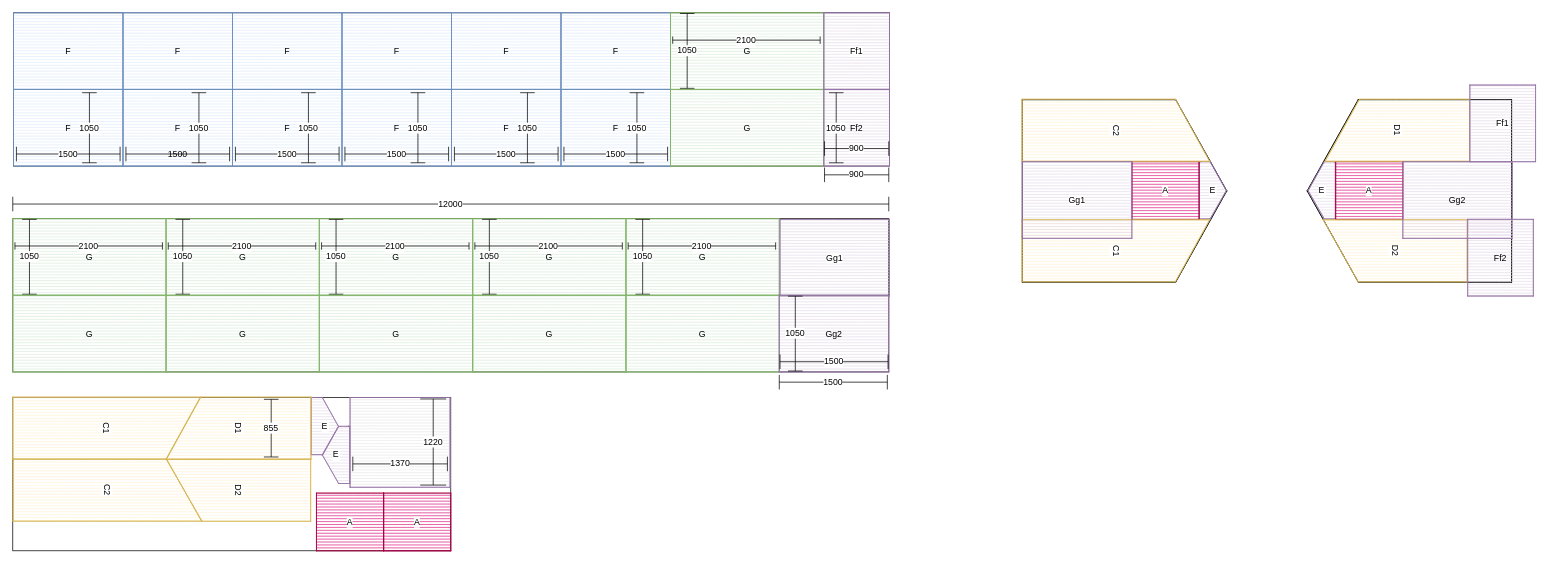
Before: page "Раскрой листов" (1 of 2) of Delta.drawio in wl2776/delta, a draw.io diagram. Source tidied: cells renumbered, new cells numbered last; positions are measured from the earlier drawing's top-left corner, leaving out a move shared by most shapes. Both pictures are drawn from the tidied source at 73%, with x=0, y=0 at pixel (12, 12).
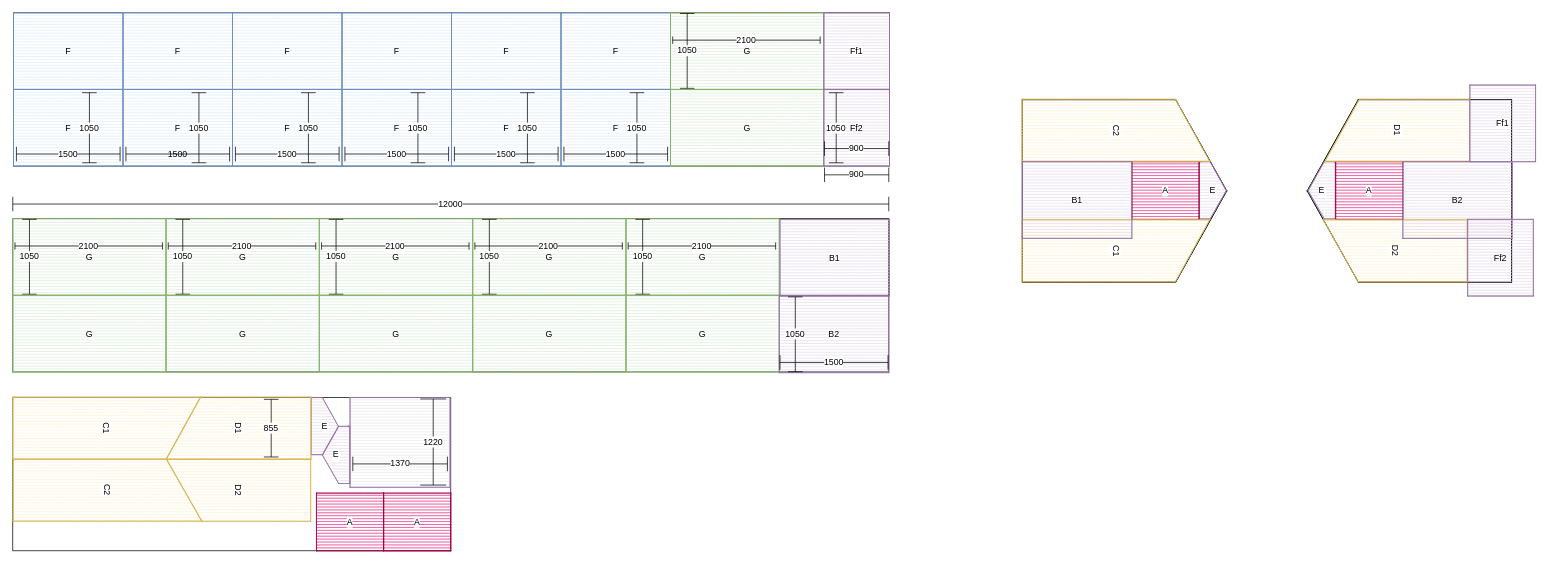
The same page after the edit.

Unchanged cells that the change refers to:
```xml
<mxCell id="98" style="group;labelBackgroundColor=default;" parent="1" vertex="1">
  <mxGeometry x="1904.2" y="204" width="150" height="105" as="geometry" />
</mxCell>
```

The edit, as a diff of the source:
```diff
@@
-    <mxCell id="6" value="1500" style="shape=crossbar;whiteSpace=wrap;html=1;rounded=1;labelBackgroundColor=default;" parent="1" vertex="1">
-      <mxGeometry x="1050" y="496" width="148" height="20" as="geometry" />
-    </mxCell>
@@
-    <mxCell id="63" value="Gg1" style="rounded=0;whiteSpace=wrap;html=1;sketch=1;hachureGap=-1;hachureAngle=90;jiggle=0;fillStyle=hachure;curveFitting=0.95;fillColor=#e1d5e7;strokeColor=#9673a6;labelBackgroundColor=default;" parent="1" vertex="1">
+    <mxCell id="63" value="B1" style="rounded=0;whiteSpace=wrap;html=1;sketch=1;hachureGap=-1;hachureAngle=90;jiggle=0;fillStyle=hachure;curveFitting=0.95;fillColor=#e1d5e7;strokeColor=#9673a6;labelBackgroundColor=default;" parent="1" vertex="1">
       <mxGeometry x="1051" y="283" width="150" height="105" as="geometry" />
     </mxCell>
@@
-    <mxCell id="69" style="group;labelBackgroundColor=default;" parent="1" vertex="1">
-      <mxGeometry x="1050" y="387" width="150" height="105" as="geometry" />
-    </mxCell>
-    <mxCell id="70" value="Gg2" style="rounded=0;whiteSpace=wrap;html=1;sketch=1;hachureGap=-1;hachureAngle=90;jiggle=0;fillStyle=hachure;curveFitting=0.95;fillColor=#e1d5e7;strokeColor=#9673a6;" parent="69" vertex="1">
-      <mxGeometry width="150" height="105" as="geometry" />
-    </mxCell>
-    <mxCell id="71" value="1500" style="shape=crossbar;whiteSpace=wrap;html=1;rounded=1;labelBackgroundColor=default;" parent="69" vertex="1">
-      <mxGeometry x="1" y="81" width="148" height="20" as="geometry" />
-    </mxCell>
-    <mxCell id="72" value="1050" style="shape=crossbar;whiteSpace=wrap;html=1;rounded=1;direction=south;labelBackgroundColor=default;" parent="69" vertex="1">
-      <mxGeometry x="12" y="1.2" width="19.9" height="102.5" as="geometry" />
-    </mxCell>
@@
-    <mxCell id="97" value="Gg1" style="rounded=0;whiteSpace=wrap;html=1;sketch=1;hachureGap=-1;hachureAngle=90;jiggle=0;fillStyle=hachure;curveFitting=0.95;fillColor=#e1d5e7;strokeColor=#9673a6;labelBackgroundColor=default;" parent="1" vertex="1">
+    <mxCell id="97" value="B1" style="rounded=0;whiteSpace=wrap;html=1;sketch=1;hachureGap=-1;hachureAngle=90;jiggle=0;fillStyle=hachure;curveFitting=0.95;fillColor=#e1d5e7;strokeColor=#9673a6;labelBackgroundColor=default;" parent="1" vertex="1">
       <mxGeometry x="1383" y="204" width="150" height="105" as="geometry" />
     </mxCell>
@@
-    <mxCell id="99" value="Gg2" style="rounded=0;whiteSpace=wrap;html=1;sketch=1;hachureGap=-1;hachureAngle=90;jiggle=0;fillStyle=hachure;curveFitting=0.95;fillColor=#e1d5e7;strokeColor=#9673a6;" parent="98" vertex="1">
+    <mxCell id="99" value="B2" style="rounded=0;whiteSpace=wrap;html=1;sketch=1;hachureGap=-1;hachureAngle=90;jiggle=0;fillStyle=hachure;curveFitting=0.95;fillColor=#e1d5e7;strokeColor=#9673a6;" parent="98" vertex="1">
       <mxGeometry width="150" height="105" as="geometry" />
     </mxCell>
@@
+    <mxCell id="70" value="B2" style="rounded=0;whiteSpace=wrap;html=1;sketch=1;hachureGap=-1;hachureAngle=90;jiggle=0;fillStyle=hachure;curveFitting=0.95;fillColor=#e1d5e7;strokeColor=#9673a6;labelBackgroundColor=default;" parent="1" vertex="1">
+      <mxGeometry x="1050" y="388" width="150" height="105" as="geometry" />
+    </mxCell>
+    <mxCell id="71" value="1500" style="shape=crossbar;whiteSpace=wrap;html=1;rounded=1;labelBackgroundColor=default;" parent="1" vertex="1">
+      <mxGeometry x="1051" y="469" width="148" height="20" as="geometry" />
+    </mxCell>
+    <mxCell id="72" value="1050" style="shape=crossbar;whiteSpace=wrap;html=1;rounded=1;direction=south;labelBackgroundColor=default;" parent="1" vertex="1">
+      <mxGeometry x="1062" y="389.2" width="19.9" height="102.5" as="geometry" />
+    </mxCell>
```
